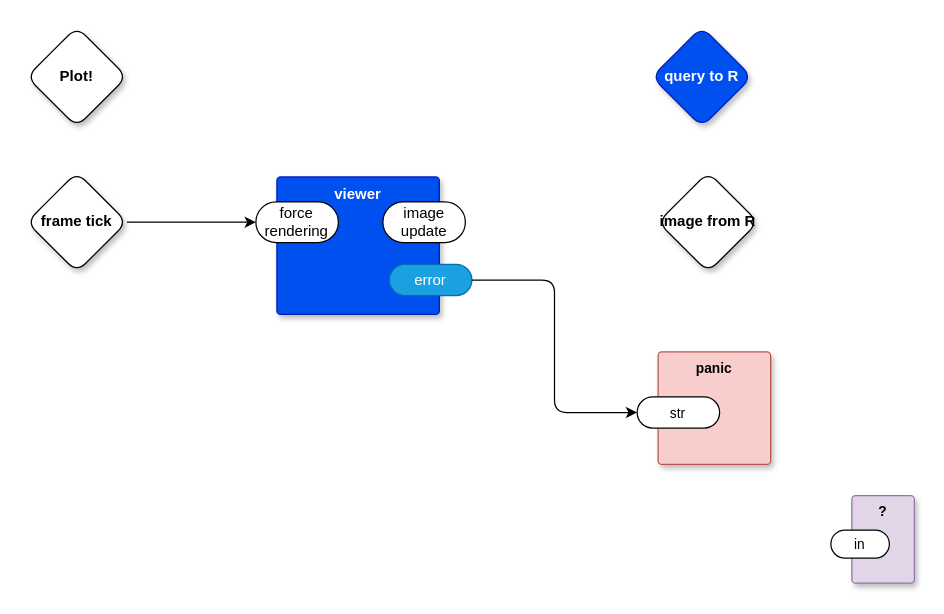
Earlier version of the draw.io diagram page "R Plot" (2 of 4) of kartik.drawio (guitarvydas/kartik). Source tidied: cells renumbered, new cells numbered last; positions are measured from the earlier drawing's top-left corner, leaving out a move shared by most shapes. Both pictures are drawn from the tidied source at 125%, with x=0, y=0 at pixel (26, 26).
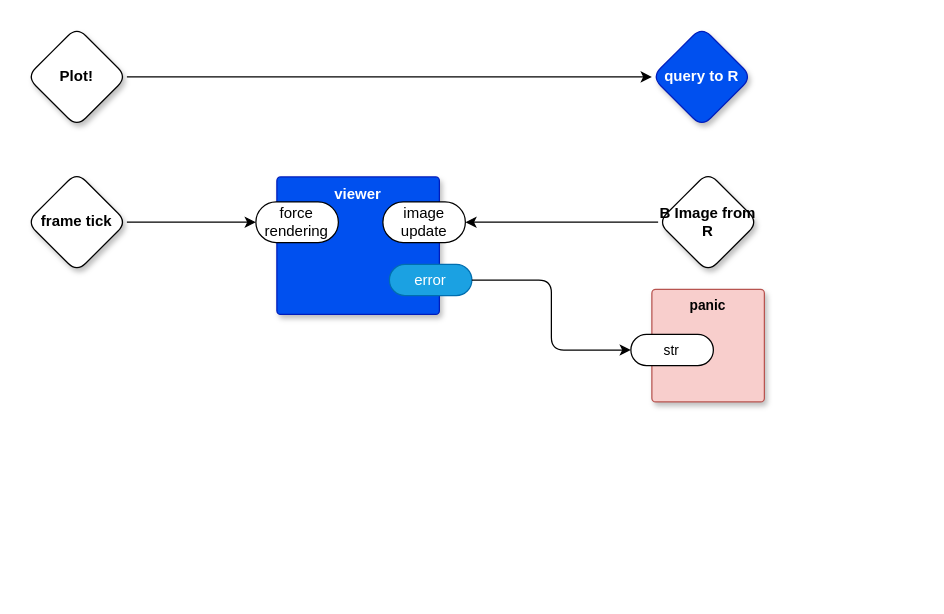
The same page after the edit.

Diff of the diagram source:
```diff
@@
 <mxGraphModel>
   <root>
     <mxCell id="0" />
     <mxCell id="1" parent="0" />
     <mxCell id="2" value="query to R" style="rhombus;whiteSpace=wrap;html=1;rounded=1;fillColor=#0050ef;fontColor=#ffffff;strokeColor=#001DBC;fontStyle=1;glass=0;sketch=0;fontSize=12;points=[[0,0.5,0,0,0],[0.5,0,0,0,0],[0.5,1,0,0,0],[1,0.5,0,0,0]];shadow=1;" parent="1" vertex="1">
       <mxGeometry x="500" width="80" height="80" as="geometry" />
     </mxCell>
     <mxCell id="3" style="edgeStyle=orthogonalEdgeStyle;shape=connector;rounded=1;jettySize=auto;html=1;entryX=0;entryY=0.5;entryDx=0;entryDy=0;entryPerimeter=0;labelBackgroundColor=default;strokeColor=default;fontFamily=Helvetica;fontSize=11;fontColor=default;endArrow=classic;" parent="1" edge="1" source="4" target="10">
       <mxGeometry relative="1" as="geometry" />
     </mxCell>
     <mxCell id="4" value="frame tick" style="rhombus;whiteSpace=wrap;html=1;rounded=1;fontStyle=1;glass=0;sketch=0;fontSize=12;points=[[0,0.5,0,0,0],[0.5,0,0,0,0],[0.5,1,0,0,0],[1,0.5,0,0,0]];shadow=1;" parent="1" vertex="1">
       <mxGeometry y="116.2" width="80" height="80" as="geometry" />
     </mxCell>
+    <mxCell id="16" style="edgeStyle=orthogonalEdgeStyle;shape=connector;rounded=1;jettySize=auto;html=1;exitX=1;exitY=0.5;exitDx=0;exitDy=0;exitPerimeter=0;entryX=0;entryY=0.5;entryDx=0;entryDy=0;entryPerimeter=0;labelBackgroundColor=default;strokeColor=default;fontFamily=Helvetica;fontSize=11;fontColor=default;endArrow=classic;" parent="1" edge="1" source="5" target="2">
+      <mxGeometry relative="1" as="geometry" />
+    </mxCell>
     <mxCell id="5" value="Plot!" style="rhombus;whiteSpace=wrap;html=1;rounded=1;fontStyle=1;glass=0;sketch=0;fontSize=12;points=[[0,0.5,0,0,0],[0.5,0,0,0,0],[0.5,1,0,0,0],[1,0.5,0,0,0]];shadow=1;" parent="1" vertex="1">
       <mxGeometry width="80" height="80" as="geometry" />
     </mxCell>
+    <mxCell id="17" style="edgeStyle=orthogonalEdgeStyle;shape=connector;rounded=1;jettySize=auto;html=1;exitX=0;exitY=0.5;exitDx=0;exitDy=0;exitPerimeter=0;entryX=1;entryY=0.5;entryDx=0;entryDy=0;entryPerimeter=0;labelBackgroundColor=default;strokeColor=default;fontFamily=Helvetica;fontSize=11;fontColor=default;endArrow=classic;" parent="1" edge="1" source="6" target="11">
+      <mxGeometry relative="1" as="geometry" />
+    </mxCell>
-    <mxCell id="6" value="image from R" style="rhombus;whiteSpace=wrap;html=1;rounded=1;fontStyle=1;glass=0;sketch=0;fontSize=12;points=[[0,0.5,0,0,0],[0.5,0,0,0,0],[0.5,1,0,0,0],[1,0.5,0,0,0]];shadow=1;" parent="1" vertex="1">
+    <mxCell id="6" value="B Image from R" style="rhombus;whiteSpace=wrap;html=1;rounded=1;fontStyle=1;glass=0;sketch=0;fontSize=12;points=[[0,0.5,0,0,0],[0.5,0,0,0,0],[0.5,1,0,0,0],[1,0.5,0,0,0]];shadow=1;" parent="1" vertex="1">
       <mxGeometry x="505" y="116.2" width="80" height="80" as="geometry" />
     </mxCell>
     <mxCell id="7" value="panic" style="rounded=1;whiteSpace=wrap;html=1;sketch=0;verticalAlign=top;arcSize=6;fontStyle=1;absoluteArcSize=1;shadow=1;strokeColor=#b85450;fillColor=#f8cecc;fontFamily=Helvetica;fontSize=11;" parent="1" vertex="1">
-      <mxGeometry x="505" y="260" width="90" height="90" as="geometry" />
+      <mxGeometry x="500" y="210" width="90" height="90" as="geometry" />
     </mxCell>
     <mxCell id="8" value="str" style="rounded=1;whiteSpace=wrap;html=1;sketch=0;points=[[0,0.5,0,0,0],[1,0.5,0,0,0]];arcSize=50;fontFamily=Helvetica;fontSize=11;fontColor=default;" parent="7" vertex="1">
       <mxGeometry x="-16.8" y="36" width="66" height="25" as="geometry" />
     </mxCell>
     <mxCell id="9" value="viewer" style="rounded=1;whiteSpace=wrap;html=1;sketch=0;verticalAlign=top;arcSize=6;fontStyle=1;absoluteArcSize=1;shadow=1;strokeColor=#001DBC;fillColor=#0050ef;fontColor=#ffffff;" parent="1" vertex="1">
       <mxGeometry x="200" y="120" width="130" height="110" as="geometry" />
     </mxCell>
     <mxCell id="10" value="force rendering" style="rounded=1;whiteSpace=wrap;html=1;sketch=0;points=[[0,0.5,0,0,0],[1,0.5,0,0,0]];arcSize=50;" parent="9" vertex="1">
       <mxGeometry x="-16.8" y="20" width="66" height="32.5" as="geometry" />
     </mxCell>
     <mxCell id="11" value="image update" style="rounded=1;whiteSpace=wrap;html=1;sketch=0;points=[[0,0.5,0,0,0],[1,0.5,0,0,0]];arcSize=50;" parent="9" vertex="1">
       <mxGeometry x="84.8" y="20" width="66" height="32.5" as="geometry" />
     </mxCell>
     <mxCell id="12" value="error" style="rounded=1;whiteSpace=wrap;html=1;sketch=0;points=[[0,0.5,0,0,0],[1,0.5,0,0,0]];fillColor=#1ba1e2;fontColor=#ffffff;strokeColor=#006EAF;arcSize=50;" parent="9" vertex="1">
       <mxGeometry x="90" y="70" width="66" height="25" as="geometry" />
     </mxCell>
     <mxCell id="13" style="edgeStyle=orthogonalEdgeStyle;shape=connector;rounded=1;jettySize=auto;html=1;exitX=1;exitY=0.5;exitDx=0;exitDy=0;exitPerimeter=0;entryX=0;entryY=0.5;entryDx=0;entryDy=0;entryPerimeter=0;labelBackgroundColor=default;strokeColor=default;fontFamily=Helvetica;fontSize=11;fontColor=default;endArrow=classic;" parent="1" edge="1" source="12" target="8">
       <mxGeometry relative="1" as="geometry" />
     </mxCell>
-    <mxCell id="14" value="?" style="rounded=1;whiteSpace=wrap;html=1;sketch=0;verticalAlign=top;arcSize=6;fontStyle=1;absoluteArcSize=1;shadow=1;strokeColor=#9673a6;fillColor=#e1d5e7;fontFamily=Helvetica;fontSize=11;fontColor=default;" parent="1" vertex="1">
-      <mxGeometry x="660" y="375" width="50" height="70" as="geometry" />
-    </mxCell>
-    <mxCell id="15" value="in" style="rounded=1;whiteSpace=wrap;html=1;sketch=0;arcSize=50;fontFamily=Helvetica;fontSize=11;fontColor=default;" parent="14" vertex="1">
-      <mxGeometry x="-16.8" y="27.5" width="46.8" height="22.5" as="geometry" />
-    </mxCell>
   </root>
 </mxGraphModel>
```
